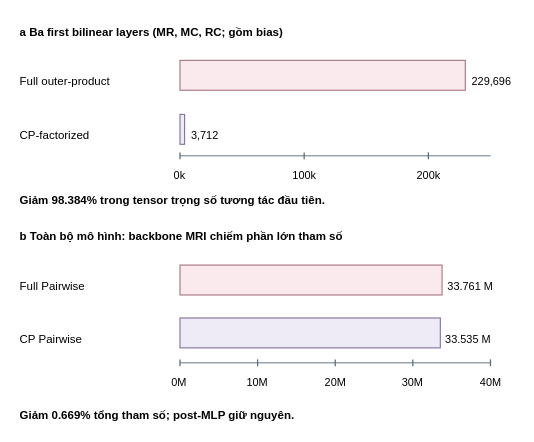
Above: figures_source/cp-parameter-reduction.drawio in moimoi05/kltn (draw.io), before the change. Source tidied: cells renumbered, new cells numbered last; positions are measured from the earlier drawing's top-left corner, leaving out a move shared by most shapes. Both pictures are drawn from the tidied source at 115%, with x=0, y=0 at pixel (20, 20).
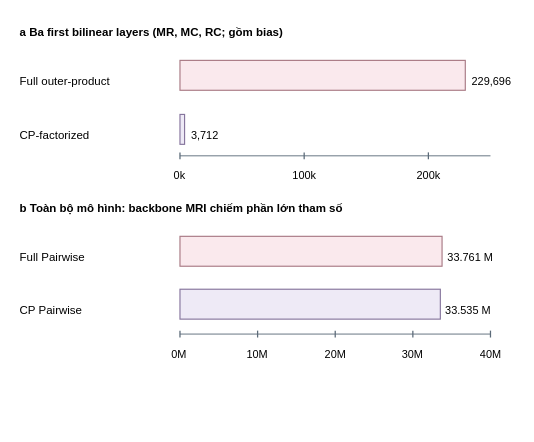
Above is the later version.

The edit, as a diff of the source:
```diff
@@
-    <mxCell id="16" value="Giảm 98.384% trong tensor trọng số tương tác đầu tiên." style="html=1;fontFamily=Arial;fontColor=#000000;whiteSpace=wrap;text;strokeColor=none;fillColor=none;fontSize=10;fontStyle=1;align=left;verticalAlign=top;spacing=0;" parent="1" vertex="1">
-      <mxGeometry y="146" width="267.5" height="12.4" as="geometry" />
+    <mxCell id="16" value="b  Toàn bộ mô hình: backbone MRI chiếm phần lớn tham số" style="html=1;fontFamily=Arial;fontColor=#000000;whiteSpace=wrap;text;strokeColor=none;fillColor=none;fontSize=10;fontStyle=1;align=left;verticalAlign=top;spacing=0;" parent="1" vertex="1">
+      <mxGeometry y="153" width="286.3" height="12.4" as="geometry" />
     </mxCell>
-    <mxCell id="17" value="b  Toàn bộ mô hình: backbone MRI chiếm phần lớn tham số" style="html=1;fontFamily=Arial;fontColor=#000000;whiteSpace=wrap;text;strokeColor=none;fillColor=none;fontSize=10;fontStyle=1;align=left;verticalAlign=top;spacing=0;" parent="1" vertex="1">
-      <mxGeometry y="178" width="286.3" height="12.4" as="geometry" />
+    <mxCell id="17" value="Full Pairwise" style="html=1;fontFamily=Arial;fontColor=#000000;whiteSpace=wrap;text;strokeColor=none;fillColor=none;fontSize=10;fontStyle=0;align=left;verticalAlign=top;spacing=0;" parent="1" vertex="1">
+      <mxGeometry y="196" width="58.7" height="12.4" as="geometry" />
     </mxCell>
-    <mxCell id="18" value="Full Pairwise" style="html=1;fontFamily=Arial;fontColor=#000000;whiteSpace=wrap;text;strokeColor=none;fillColor=none;fontSize=10;fontStyle=0;align=left;verticalAlign=top;spacing=0;" parent="1" vertex="1">
-      <mxGeometry y="221" width="58.7" height="12.4" as="geometry" />
-    </mxCell>
-    <mxCell id="19" value="&lt;b&gt;&lt;/b&gt;" style="html=1;fontFamily=Arial;fontColor=#000000;whiteSpace=wrap;rounded=0;arcSize=8;fillColor=#FAE9ED;strokeColor=#A87984;strokeWidth=1;fontSize=9.5;spacing=5;" parent="1" vertex="1">
-      <mxGeometry x="139" y="213" width="227.9" height="26" as="geometry" />
-    </mxCell>
+    <mxCell id="36" value="&lt;b&gt;&lt;/b&gt;" style="html=1;fontFamily=Arial;fontColor=#000000;whiteSpace=wrap;rounded=0;arcSize=8;fillColor=#FAE9ED;strokeColor=#A87984;strokeWidth=1;fontSize=9.5;spacing=5;" parent="1" vertex="1">
+      <mxGeometry x="139" y="188" width="227.9" height="26" as="geometry" />
+    </mxCell>
+    <mxCell id="37" value="33.761 M" style="html=1;fontFamily=Arial;fontColor=#000000;whiteSpace=wrap;text;strokeColor=none;fillColor=none;fontSize=9.5;fontStyle=0;align=left;verticalAlign=top;spacing=0;" parent="1" vertex="1">
+      <mxGeometry x="371.9" y="196" width="41.6" height="11.8" as="geometry" />
+    </mxCell>
-    <mxCell id="20" value="33.761 M" style="html=1;fontFamily=Arial;fontColor=#000000;whiteSpace=wrap;text;strokeColor=none;fillColor=none;fontSize=9.5;fontStyle=0;align=left;verticalAlign=top;spacing=0;" parent="1" vertex="1">
-      <mxGeometry x="371.9" y="221" width="41.6" height="11.8" as="geometry" />
+    <mxCell id="20" value="CP Pairwise" style="html=1;fontFamily=Arial;fontColor=#000000;whiteSpace=wrap;text;strokeColor=none;fillColor=none;fontSize=10;fontStyle=0;align=left;verticalAlign=top;spacing=0;" parent="1" vertex="1">
+      <mxGeometry y="242" width="56.5" height="12.4" as="geometry" />
     </mxCell>
-    <mxCell id="21" value="CP Pairwise" style="html=1;fontFamily=Arial;fontColor=#000000;whiteSpace=wrap;text;strokeColor=none;fillColor=none;fontSize=10;fontStyle=0;align=left;verticalAlign=top;spacing=0;" parent="1" vertex="1">
-      <mxGeometry y="267" width="56.5" height="12.4" as="geometry" />
-    </mxCell>
-    <mxCell id="22" value="&lt;b&gt;&lt;/b&gt;" style="html=1;fontFamily=Arial;fontColor=#000000;whiteSpace=wrap;rounded=0;arcSize=8;fillColor=#EEEAF6;strokeColor=#86759D;strokeWidth=1;fontSize=9.5;spacing=5;" parent="1" vertex="1">
-      <mxGeometry x="139" y="259" width="226.4" height="26" as="geometry" />
-    </mxCell>
+    <mxCell id="38" value="&lt;b&gt;&lt;/b&gt;" style="html=1;fontFamily=Arial;fontColor=#000000;whiteSpace=wrap;rounded=0;arcSize=8;fillColor=#EEEAF6;strokeColor=#86759D;strokeWidth=1;fontSize=9.5;spacing=5;" parent="1" vertex="1">
+      <mxGeometry x="139" y="234" width="226.4" height="26" as="geometry" />
+    </mxCell>
+    <mxCell id="39" value="33.535 M" style="html=1;fontFamily=Arial;fontColor=#000000;whiteSpace=wrap;text;strokeColor=none;fillColor=none;fontSize=9.5;fontStyle=0;align=left;verticalAlign=top;spacing=0;" parent="1" vertex="1">
+      <mxGeometry x="370.4" y="242" width="41.6" height="11.8" as="geometry" />
+    </mxCell>
-    <mxCell id="23" value="33.535 M" style="html=1;fontFamily=Arial;fontColor=#000000;whiteSpace=wrap;text;strokeColor=none;fillColor=none;fontSize=9.5;fontStyle=0;align=left;verticalAlign=top;spacing=0;" parent="1" vertex="1">
-      <mxGeometry x="370.4" y="267" width="41.6" height="11.8" as="geometry" />
+    <mxCell id="23" style="html=1;fontFamily=Arial;fontColor=#000000;whiteSpace=wrap;edgeStyle=none;rounded=0;endArrow=none;endFill=1;endSize=5;startArrow=none;startFill=1;startSize=5;strokeColor=#5C6B79;strokeWidth=0.8;" parent="1" edge="1">
+      <mxGeometry relative="1" as="geometry">
+        <mxPoint x="139" y="273" as="sourcePoint" />
+        <mxPoint x="409" y="273" as="targetPoint" />
+      </mxGeometry>
     </mxCell>
-    <mxCell id="24" style="html=1;fontFamily=Arial;fontColor=#000000;whiteSpace=wrap;edgeStyle=none;rounded=0;endArrow=none;endFill=1;endSize=5;startArrow=none;startFill=1;startSize=5;strokeColor=#5C6B79;strokeWidth=0.8;" parent="1" edge="1">
+    <mxCell id="24" style="html=1;fontFamily=Arial;fontColor=#000000;whiteSpace=wrap;edgeStyle=none;rounded=0;endArrow=none;endFill=1;endSize=5;startArrow=none;startFill=1;startSize=5;strokeColor=#5C6B79;strokeWidth=1.1;" parent="1" edge="1">
       <mxGeometry relative="1" as="geometry">
-        <mxPoint x="139" y="298" as="sourcePoint" />
-        <mxPoint x="409" y="298" as="targetPoint" />
+        <mxPoint x="139" y="270" as="sourcePoint" />
+        <mxPoint x="139" y="276" as="targetPoint" />
       </mxGeometry>
     </mxCell>
-    <mxCell id="25" style="html=1;fontFamily=Arial;fontColor=#000000;whiteSpace=wrap;edgeStyle=none;rounded=0;endArrow=none;endFill=1;endSize=5;startArrow=none;startFill=1;startSize=5;strokeColor=#5C6B79;strokeWidth=1.1;" parent="1" edge="1">
-      <mxGeometry relative="1" as="geometry">
-        <mxPoint x="139" y="295" as="sourcePoint" />
-        <mxPoint x="139" y="301" as="targetPoint" />
-      </mxGeometry>
+    <mxCell id="25" value="0M" style="html=1;fontFamily=Arial;fontColor=#000000;whiteSpace=wrap;text;strokeColor=none;fillColor=none;fontSize=9.5;fontStyle=0;align=center;verticalAlign=top;spacing=0;" parent="1" vertex="1">
+      <mxGeometry x="131.4" y="280" width="15.2" height="11.8" as="geometry" />
     </mxCell>
-    <mxCell id="26" value="0M" style="html=1;fontFamily=Arial;fontColor=#000000;whiteSpace=wrap;text;strokeColor=none;fillColor=none;fontSize=9.5;fontStyle=0;align=center;verticalAlign=top;spacing=0;" parent="1" vertex="1">
-      <mxGeometry x="131.4" y="305" width="15.2" height="11.8" as="geometry" />
+    <mxCell id="26" style="html=1;fontFamily=Arial;fontColor=#000000;whiteSpace=wrap;edgeStyle=none;rounded=0;endArrow=none;endFill=1;endSize=5;startArrow=none;startFill=1;startSize=5;strokeColor=#5C6B79;strokeWidth=1.1;" parent="1" edge="1">
+      <mxGeometry relative="1" as="geometry">
+        <mxPoint x="206.5" y="270" as="sourcePoint" />
+        <mxPoint x="206.5" y="276" as="targetPoint" />
+      </mxGeometry>
     </mxCell>
-    <mxCell id="27" style="html=1;fontFamily=Arial;fontColor=#000000;whiteSpace=wrap;edgeStyle=none;rounded=0;endArrow=none;endFill=1;endSize=5;startArrow=none;startFill=1;startSize=5;strokeColor=#5C6B79;strokeWidth=1.1;" parent="1" edge="1">
-      <mxGeometry relative="1" as="geometry">
-        <mxPoint x="206.5" y="295" as="sourcePoint" />
-        <mxPoint x="206.5" y="301" as="targetPoint" />
-      </mxGeometry>
+    <mxCell id="27" value="10M" style="html=1;fontFamily=Arial;fontColor=#000000;whiteSpace=wrap;text;strokeColor=none;fillColor=none;fontSize=9.5;fontStyle=0;align=center;verticalAlign=top;spacing=0;" parent="1" vertex="1">
+      <mxGeometry x="196.3" y="280" width="20.5" height="11.8" as="geometry" />
     </mxCell>
-    <mxCell id="28" value="10M" style="html=1;fontFamily=Arial;fontColor=#000000;whiteSpace=wrap;text;strokeColor=none;fillColor=none;fontSize=9.5;fontStyle=0;align=center;verticalAlign=top;spacing=0;" parent="1" vertex="1">
-      <mxGeometry x="196.3" y="305" width="20.5" height="11.8" as="geometry" />
+    <mxCell id="28" style="html=1;fontFamily=Arial;fontColor=#000000;whiteSpace=wrap;edgeStyle=none;rounded=0;endArrow=none;endFill=1;endSize=5;startArrow=none;startFill=1;startSize=5;strokeColor=#5C6B79;strokeWidth=1.1;" parent="1" edge="1">
+      <mxGeometry relative="1" as="geometry">
+        <mxPoint x="274" y="270" as="sourcePoint" />
+        <mxPoint x="274" y="276" as="targetPoint" />
+      </mxGeometry>
     </mxCell>
-    <mxCell id="29" style="html=1;fontFamily=Arial;fontColor=#000000;whiteSpace=wrap;edgeStyle=none;rounded=0;endArrow=none;endFill=1;endSize=5;startArrow=none;startFill=1;startSize=5;strokeColor=#5C6B79;strokeWidth=1.1;" parent="1" edge="1">
-      <mxGeometry relative="1" as="geometry">
-        <mxPoint x="274" y="295" as="sourcePoint" />
-        <mxPoint x="274" y="301" as="targetPoint" />
-      </mxGeometry>
+    <mxCell id="29" value="20M" style="html=1;fontFamily=Arial;fontColor=#000000;whiteSpace=wrap;text;strokeColor=none;fillColor=none;fontSize=9.5;fontStyle=0;align=center;verticalAlign=top;spacing=0;" parent="1" vertex="1">
+      <mxGeometry x="263.8" y="280" width="20.5" height="11.8" as="geometry" />
     </mxCell>
-    <mxCell id="30" value="20M" style="html=1;fontFamily=Arial;fontColor=#000000;whiteSpace=wrap;text;strokeColor=none;fillColor=none;fontSize=9.5;fontStyle=0;align=center;verticalAlign=top;spacing=0;" parent="1" vertex="1">
-      <mxGeometry x="263.8" y="305" width="20.5" height="11.8" as="geometry" />
+    <mxCell id="30" style="html=1;fontFamily=Arial;fontColor=#000000;whiteSpace=wrap;edgeStyle=none;rounded=0;endArrow=none;endFill=1;endSize=5;startArrow=none;startFill=1;startSize=5;strokeColor=#5C6B79;strokeWidth=1.1;" parent="1" edge="1">
+      <mxGeometry relative="1" as="geometry">
+        <mxPoint x="341.5" y="270" as="sourcePoint" />
+        <mxPoint x="341.5" y="276" as="targetPoint" />
+      </mxGeometry>
     </mxCell>
-    <mxCell id="31" style="html=1;fontFamily=Arial;fontColor=#000000;whiteSpace=wrap;edgeStyle=none;rounded=0;endArrow=none;endFill=1;endSize=5;startArrow=none;startFill=1;startSize=5;strokeColor=#5C6B79;strokeWidth=1.1;" parent="1" edge="1">
-      <mxGeometry relative="1" as="geometry">
-        <mxPoint x="341.5" y="295" as="sourcePoint" />
-        <mxPoint x="341.5" y="301" as="targetPoint" />
-      </mxGeometry>
+    <mxCell id="31" value="30M" style="html=1;fontFamily=Arial;fontColor=#000000;whiteSpace=wrap;text;strokeColor=none;fillColor=none;fontSize=9.5;fontStyle=0;align=center;verticalAlign=top;spacing=0;" parent="1" vertex="1">
+      <mxGeometry x="331.3" y="280" width="20.5" height="11.8" as="geometry" />
     </mxCell>
-    <mxCell id="32" value="30M" style="html=1;fontFamily=Arial;fontColor=#000000;whiteSpace=wrap;text;strokeColor=none;fillColor=none;fontSize=9.5;fontStyle=0;align=center;verticalAlign=top;spacing=0;" parent="1" vertex="1">
-      <mxGeometry x="331.3" y="305" width="20.5" height="11.8" as="geometry" />
+    <mxCell id="32" style="html=1;fontFamily=Arial;fontColor=#000000;whiteSpace=wrap;edgeStyle=none;rounded=0;endArrow=none;endFill=1;endSize=5;startArrow=none;startFill=1;startSize=5;strokeColor=#5C6B79;strokeWidth=1.1;" parent="1" edge="1">
+      <mxGeometry relative="1" as="geometry">
+        <mxPoint x="409" y="270" as="sourcePoint" />
+        <mxPoint x="409" y="276" as="targetPoint" />
+      </mxGeometry>
     </mxCell>
-    <mxCell id="33" style="html=1;fontFamily=Arial;fontColor=#000000;whiteSpace=wrap;edgeStyle=none;rounded=0;endArrow=none;endFill=1;endSize=5;startArrow=none;startFill=1;startSize=5;strokeColor=#5C6B79;strokeWidth=1.1;" parent="1" edge="1">
-      <mxGeometry relative="1" as="geometry">
-        <mxPoint x="409" y="295" as="sourcePoint" />
-        <mxPoint x="409" y="301" as="targetPoint" />
-      </mxGeometry>
+    <mxCell id="33" value="40M" style="html=1;fontFamily=Arial;fontColor=#000000;whiteSpace=wrap;text;strokeColor=none;fillColor=none;fontSize=9.5;fontStyle=0;align=center;verticalAlign=top;spacing=0;" parent="1" vertex="1">
+      <mxGeometry x="398.8" y="280" width="20.5" height="11.8" as="geometry" />
     </mxCell>
-    <mxCell id="34" value="40M" style="html=1;fontFamily=Arial;fontColor=#000000;whiteSpace=wrap;text;strokeColor=none;fillColor=none;fontSize=9.5;fontStyle=0;align=center;verticalAlign=top;spacing=0;" parent="1" vertex="1">
-      <mxGeometry x="398.8" y="305" width="20.5" height="11.8" as="geometry" />
-    </mxCell>
-    <mxCell id="35" value="Giảm 0.669% tổng tham số; post-MLP giữ nguyên." style="html=1;fontFamily=Arial;fontColor=#000000;whiteSpace=wrap;text;strokeColor=none;fillColor=none;fontSize=10;fontStyle=1;align=left;verticalAlign=top;spacing=0;" parent="1" vertex="1">
-      <mxGeometry y="333" width="240.9" height="12.4" as="geometry" />
-    </mxCell>
```
